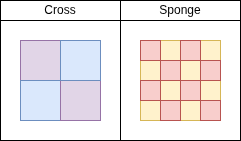
The draw.io diagram schema.drawio.png in P1c1s/CrossSponge, before a commit. Source tidied: cells renumbered, new cells last; positions are measured from the earlier drawing's top-left corner, leaving out a move shared by most shapes.
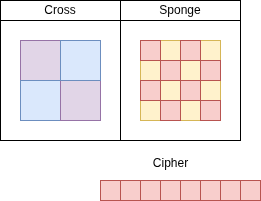
The same file after the commit.

Commit message:
aggiornato disegno

Diff of the diagram source:
```diff
@@ -53,5 +53,32 @@
     <mxCell id="18" value="Sponge" style="rounded=0;whiteSpace=wrap;html=1;" parent="1" vertex="1">
       <mxGeometry x="120" width="120" height="20" as="geometry" />
     </mxCell>
+    <mxCell id="19" style="whiteSpace=wrap;html=1;fillColor=#f8cecc;strokeColor=#b85450;" parent="1" vertex="1">
+      <mxGeometry x="100" y="180" width="20" height="20" as="geometry" />
+    </mxCell>
+    <mxCell id="20" style="whiteSpace=wrap;html=1;fillColor=#f8cecc;strokeColor=#b85450;" parent="1" vertex="1">
+      <mxGeometry x="140" y="180" width="20" height="20" as="geometry" />
+    </mxCell>
+    <mxCell id="21" style="whiteSpace=wrap;html=1;fillColor=#f8cecc;strokeColor=#b85450;" parent="1" vertex="1">
+      <mxGeometry x="120" y="180" width="20" height="20" as="geometry" />
+    </mxCell>
+    <mxCell id="22" style="whiteSpace=wrap;html=1;fillColor=#f8cecc;strokeColor=#b85450;" parent="1" vertex="1">
+      <mxGeometry x="160" y="180" width="20" height="20" as="geometry" />
+    </mxCell>
+    <mxCell id="23" style="whiteSpace=wrap;html=1;fillColor=#f8cecc;strokeColor=#b85450;" parent="1" vertex="1">
+      <mxGeometry x="180" y="180" width="20" height="20" as="geometry" />
+    </mxCell>
+    <mxCell id="24" style="whiteSpace=wrap;html=1;fillColor=#f8cecc;strokeColor=#b85450;" parent="1" vertex="1">
+      <mxGeometry x="220" y="180" width="20" height="20" as="geometry" />
+    </mxCell>
+    <mxCell id="25" style="whiteSpace=wrap;html=1;fillColor=#f8cecc;strokeColor=#b85450;" parent="1" vertex="1">
+      <mxGeometry x="200" y="180" width="20" height="20" as="geometry" />
+    </mxCell>
+    <mxCell id="26" style="whiteSpace=wrap;html=1;fillColor=#f8cecc;strokeColor=#b85450;" parent="1" vertex="1">
+      <mxGeometry x="240" y="180" width="20" height="20" as="geometry" />
+    </mxCell>
+    <mxCell id="27" value="Cipher" style="text;html=1;align=center;verticalAlign=middle;strokeColor=none;fillColor=none;" parent="1" vertex="1">
+      <mxGeometry x="140" y="148" width="60" height="30" as="geometry" />
+    </mxCell>
   </root>
 </mxGraphModel>
```
